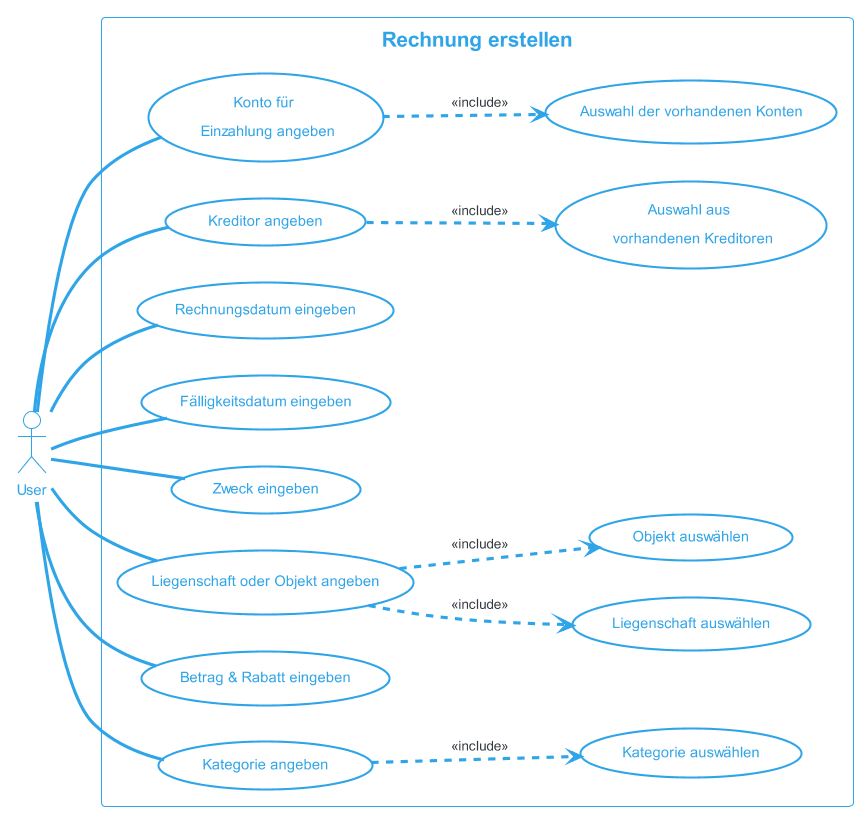
This is docs/content/diagrams/out/usecase/rechnungErstellen/Rechnung erstellen.png from sirtheta/ImmoGlobal_Semesterarbeit, a PlantUML export, as it was before one commit. Its diagram source:
```plantuml
@startuml Rechnung erstellen
!theme cerulean-outline

left to right direction
actor "User" as fc
rectangle "Rechnung erstellen" {
  usecase "Konto für \n Einzahlung angeben" as UC1
  usecase "Auswahl der vorhandenen Konten" as inc1
  usecase "Kreditor angeben" as UC2
  usecase "Auswahl aus \n vorhandenen Kreditoren" as inc2
  usecase "Rechnungsdatum eingeben" as UC3
  usecase "Fälligkeitsdatum eingeben" as UC4
  usecase "Zweck eingeben" as UC5
  usecase "Liegenschaft oder Objekt angeben" as UC6
  usecase "Liegenschaft auswählen" as inc3
  usecase "Objekt auswählen" as inc4
  usecase "Betrag & Rabatt eingeben" as UC7
  usecase "Kategorie angeben" as UC8
  usecase "Kategorie auswählen" as inc5
}
fc -- UC1
UC1 ..> inc1 : <<include>>
fc -- UC2
UC2 ..> inc2 : <<include>>
fc -- UC3
fc -- UC4
fc -- UC5
fc -- UC6
UC6 ..> inc3 : <<include>>
UC6 ..> inc4 : <<include>>
fc -- UC7
fc -- UC8
UC8 ..> inc5 : <<include>>
@enduml
```
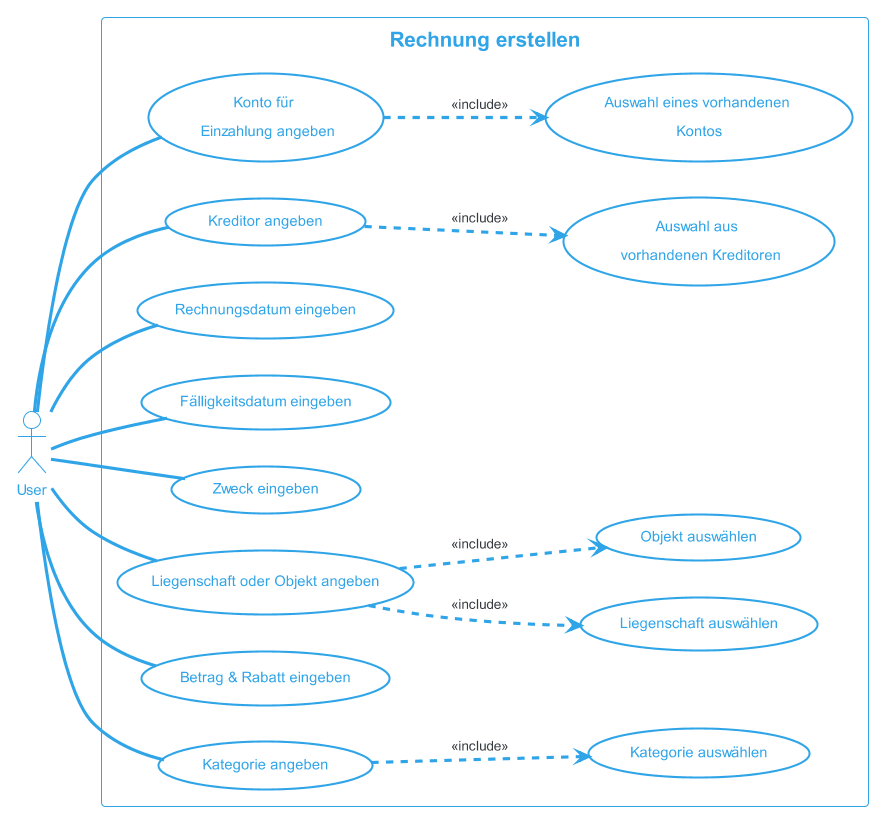
Above is the later version.

The edit, as a diff of the source:
```diff
@@ -5,7 +5,7 @@
 actor "User" as fc
 rectangle "Rechnung erstellen" {
   usecase "Konto für \n Einzahlung angeben" as UC1
-  usecase "Auswahl der vorhandenen Konten" as inc1
+  usecase "Auswahl eines vorhandenen \nKontos" as inc1
   usecase "Kreditor angeben" as UC2
   usecase "Auswahl aus \n vorhandenen Kreditoren" as inc2
   usecase "Rechnungsdatum eingeben" as UC3
```
